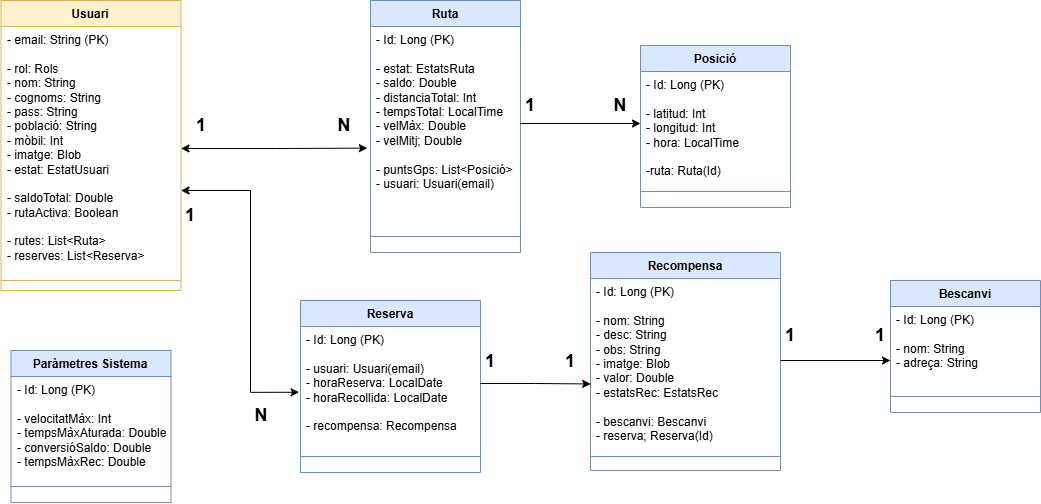
The draw.io diagram Images/DiagramaEntitatRelacio.png in MarcBotana/EntreBicis, before a commit. Source tidied: cells renumbered, new cells last; positions are measured from the earlier drawing's top-left corner, leaving out a move shared by most shapes.
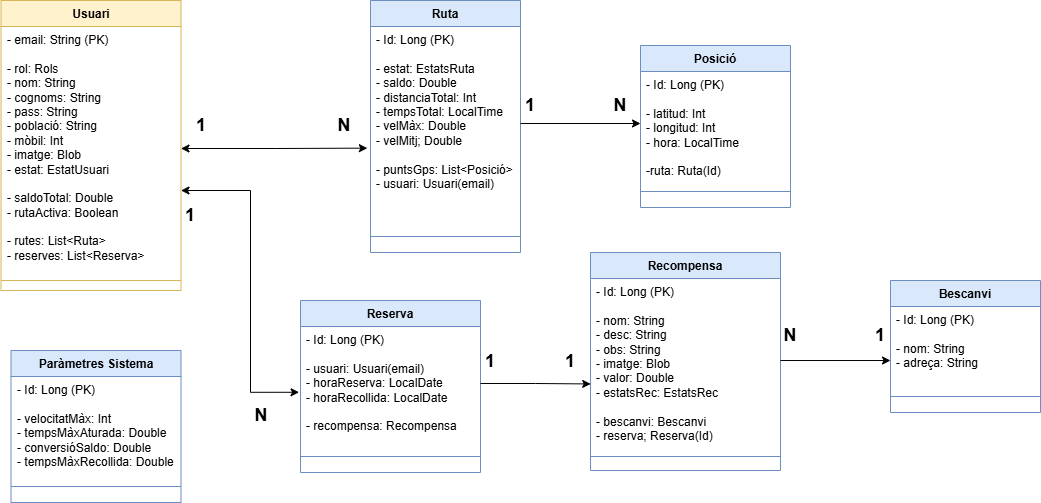
Above is the later version.

Commit message:
Documentació Disseny

Change to the diagram source:
```diff
@@ -39,13 +39,13 @@
       <mxGeometry y="190" width="190" height="28" as="geometry" />
     </mxCell>
     <mxCell id="14" value="&lt;div&gt;Paràmetres Sistema&lt;/div&gt;" style="swimlane;fontStyle=1;align=center;verticalAlign=top;horizontal=1;startSize=26;whiteSpace=wrap;html=1;fillColor=#dae8fc;strokeColor=#6c8ebf;" parent="1" vertex="1">
-      <mxGeometry x="10.5" y="350" width="160" height="152" as="geometry" />
+      <mxGeometry x="10.5" y="350" width="170" height="152" as="geometry" />
     </mxCell>
-    <mxCell id="15" value="- Id: Long (PK)&lt;div&gt;&lt;br&gt;&lt;/div&gt;&lt;div&gt;- velocitatMàx: Int&lt;/div&gt;&lt;div&gt;- tempsMàxAturada: Double&lt;/div&gt;&lt;div&gt;- conversióSaldo: Double&lt;/div&gt;&lt;div&gt;- tempsMàxRec: Double&lt;/div&gt;&lt;div&gt;&lt;div&gt;&lt;br&gt;&lt;/div&gt;&lt;/div&gt;" style="text;strokeColor=none;fillColor=none;align=left;verticalAlign=top;spacingLeft=4;spacingRight=4;overflow=hidden;whiteSpace=wrap;html=1;" parent="14" vertex="1">
-      <mxGeometry y="26" width="160" height="94" as="geometry" />
+    <mxCell id="15" value="- Id: Long (PK)&lt;div&gt;&lt;br&gt;&lt;/div&gt;&lt;div&gt;- velocitatMàx: Int&lt;/div&gt;&lt;div&gt;- tempsMàxAturada: Double&lt;/div&gt;&lt;div&gt;- conversióSaldo: Double&lt;/div&gt;&lt;div&gt;- tempsMàxRecollida: Double&lt;/div&gt;&lt;div&gt;&lt;div&gt;&lt;br&gt;&lt;/div&gt;&lt;/div&gt;" style="text;strokeColor=none;fillColor=none;align=left;verticalAlign=top;spacingLeft=4;spacingRight=4;overflow=hidden;whiteSpace=wrap;html=1;" parent="14" vertex="1">
+      <mxGeometry y="26" width="170" height="94" as="geometry" />
     </mxCell>
     <mxCell id="16" style="line;strokeWidth=1;fillColor=none;align=left;verticalAlign=middle;spacingTop=-1;spacingLeft=3;spacingRight=3;labelPosition=right;strokeColor=inherit;" parent="14" vertex="1">
-      <mxGeometry y="120" width="160" height="32" as="geometry" />
+      <mxGeometry y="120" width="170" height="32" as="geometry" />
     </mxCell>
     <mxCell id="17" value="Bescanvi" style="swimlane;fontStyle=1;align=center;verticalAlign=top;horizontal=1;startSize=26;whiteSpace=wrap;html=1;fillColor=#dae8fc;strokeColor=#6c8ebf;" parent="1" vertex="1">
       <mxGeometry x="890" y="280" width="150" height="132" as="geometry" />
@@ -110,7 +110,7 @@
     <mxCell id="35" value="&lt;font style=&quot;font-size: 18px;&quot;&gt;&lt;b&gt;1&lt;/b&gt;&lt;/font&gt;" style="text;html=1;align=center;verticalAlign=middle;whiteSpace=wrap;rounded=0;" parent="1" vertex="1">
       <mxGeometry x="540" y="346" width="60" height="30" as="geometry" />
     </mxCell>
-    <mxCell id="36" value="&lt;font style=&quot;font-size: 18px;&quot;&gt;&lt;b&gt;1&lt;/b&gt;&lt;/font&gt;" style="text;html=1;align=center;verticalAlign=middle;whiteSpace=wrap;rounded=0;" parent="1" vertex="1">
+    <mxCell id="36" value="&lt;font style=&quot;font-size: 18px;&quot;&gt;&lt;b&gt;N&lt;/b&gt;&lt;/font&gt;" style="text;html=1;align=center;verticalAlign=middle;whiteSpace=wrap;rounded=0;" parent="1" vertex="1">
       <mxGeometry x="760" y="320" width="60" height="30" as="geometry" />
     </mxCell>
     <mxCell id="37" value="&lt;font style=&quot;font-size: 18px;&quot;&gt;&lt;b&gt;1&lt;/b&gt;&lt;/font&gt;" style="text;html=1;align=center;verticalAlign=middle;whiteSpace=wrap;rounded=0;" parent="1" vertex="1">
```
